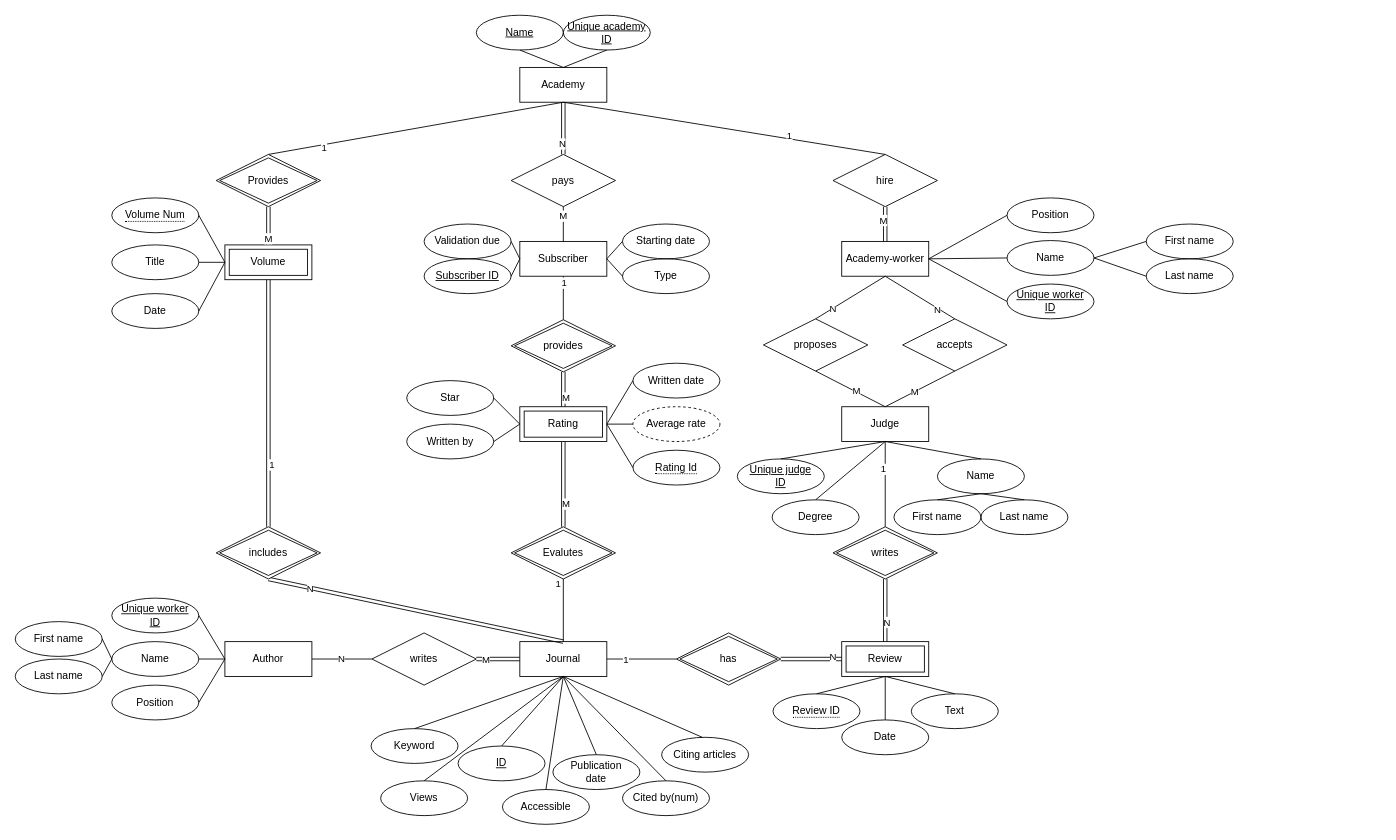
Before: 학교과제/seo.drawio in waroad/Problem-Solving, a draw.io diagram. Source tidied: cells renumbered, new cells numbered last; positions are measured from the earlier drawing's top-left corner, leaving out a move shared by most shapes. Both pictures are drawn from the tidied source at 87%, with x=0, y=0 at pixel (15, 15).
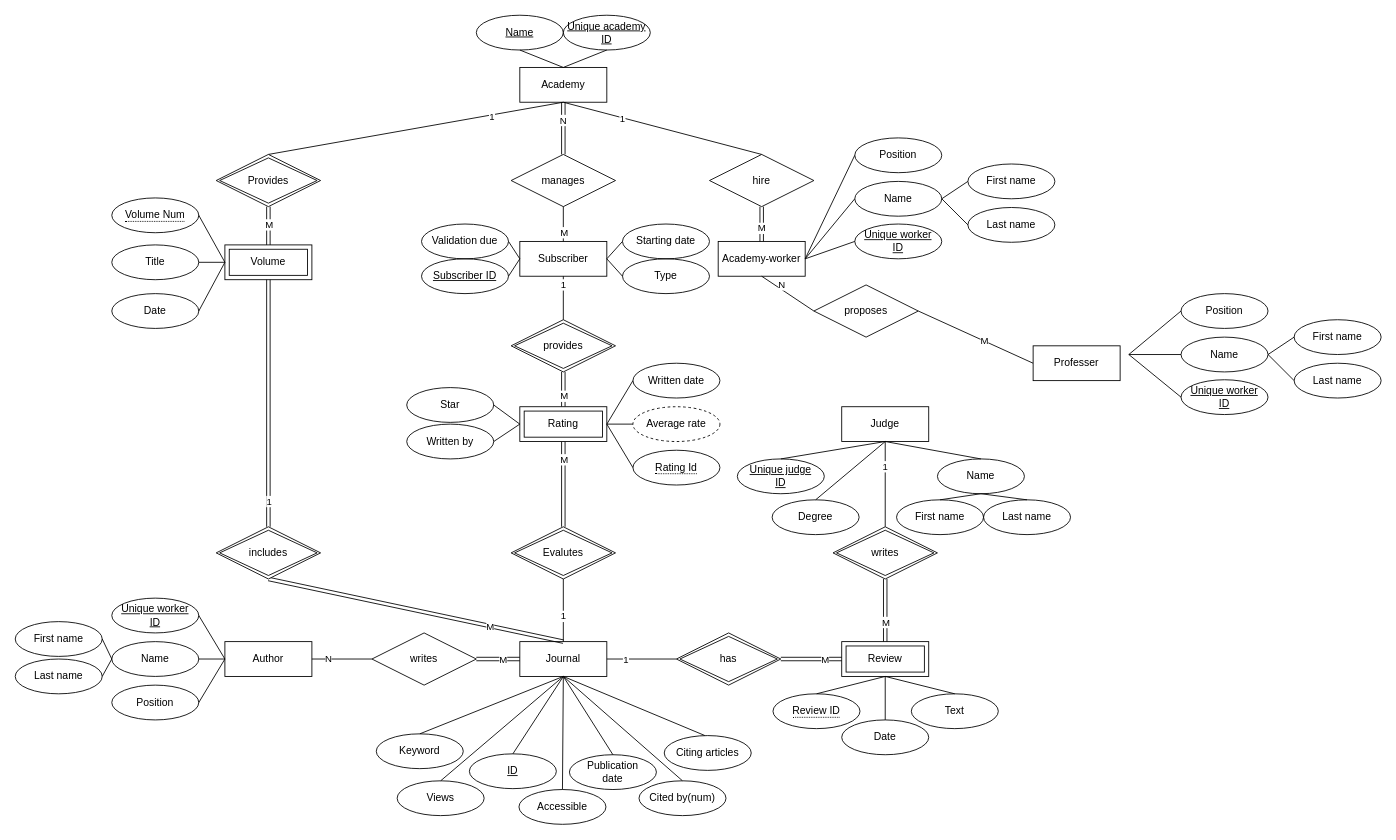
After the change.

The change refers to these unchanged cells:
```xml
<mxCell id="3" value="Author" style="whiteSpace=wrap;html=1;align=center;" parent="1" vertex="1">
  <mxGeometry x="241" y="720" width="100" height="40" as="geometry" />
</mxCell>
<mxCell id="6" value="Judge" style="whiteSpace=wrap;html=1;align=center;direction=west;" parent="1" vertex="1">
  <mxGeometry x="950" y="450" width="100" height="40" as="geometry" />
</mxCell>
<mxCell id="11" value="writes" style="shape=rhombus;perimeter=rhombusPerimeter;whiteSpace=wrap;html=1;align=center;fillColor=none;gradientColor=default;" parent="1" vertex="1">
  <mxGeometry x="410" y="710" width="120" height="60" as="geometry" />
</mxCell>
<mxCell id="12" style="endArrow=none;html=1;rounded=0;entryX=0.5;entryY=0;entryDx=0;entryDy=0;exitX=0.5;exitY=1;exitDx=0;exitDy=0;" parent="1" edge="1" source="91" target="4">
  <mxGeometry relative="1" as="geometry" />
</mxCell>
<mxCell id="23" style="endArrow=none;html=1;rounded=0;exitX=0.5;exitY=0;exitDx=0;exitDy=0;entryX=0.5;entryY=1;entryDx=0;entryDy=0;" parent="1" edge="1" source="22" target="8">
  <mxGeometry relative="1" as="geometry" />
</mxCell>
<mxCell id="26" style="endArrow=none;html=1;rounded=0;exitX=0.5;exitY=0;exitDx=0;exitDy=0;entryX=0.5;entryY=1;entryDx=0;entryDy=0;" parent="1" edge="1" source="4" target="25">
  <mxGeometry relative="1" as="geometry" />
</mxCell>
<mxCell id="38" style="endArrow=none;html=1;rounded=0;exitX=0.5;exitY=0;exitDx=0;exitDy=0;entryX=0.5;entryY=1;entryDx=0;entryDy=0;" parent="1" edge="1" source="6" target="95">
  <mxGeometry relative="1" as="geometry" />
</mxCell>
<mxCell id="74" style="shape=link;html=1;rounded=0;exitX=1;exitY=0.5;exitDx=0;exitDy=0;entryX=1;entryY=0.5;entryDx=0;entryDy=0;" parent="1" edge="1" source="94" target="7">
  <mxGeometry relative="1" as="geometry" />
</mxCell>
<mxCell id="78" style="endArrow=none;html=1;rounded=0;exitX=0.5;exitY=0;exitDx=0;exitDy=0;entryX=0.5;entryY=1;entryDx=0;entryDy=0;" parent="1" edge="1" source="8" target="76">
  <mxGeometry relative="1" as="geometry" />
</mxCell>
<mxCell id="80" style="shape=link;html=1;rounded=0;exitX=0.5;exitY=0;exitDx=0;exitDy=0;entryX=0.5;entryY=1;entryDx=0;entryDy=0;" parent="1" edge="1" source="76" target="90">
  <mxGeometry relative="1" as="geometry" />
</mxCell>
<mxCell id="82" style="shape=link;html=1;rounded=0;exitX=0.5;exitY=0;exitDx=0;exitDy=0;entryX=0.5;entryY=1;entryDx=0;entryDy=0;" parent="1" edge="1" source="90" target="77">
  <mxGeometry relative="1" as="geometry" />
</mxCell>
<mxCell id="84" style="endArrow=none;html=1;rounded=0;exitX=0.5;exitY=0;exitDx=0;exitDy=0;entryX=0.5;entryY=1;entryDx=0;entryDy=0;" parent="1" edge="1" source="77" target="2">
  <mxGeometry relative="1" as="geometry" />
</mxCell>
<mxCell id="92" style="shape=link;html=1;rounded=0;exitX=0.5;exitY=0;exitDx=0;exitDy=0;entryX=0.5;entryY=1;entryDx=0;entryDy=0;" parent="1" edge="1" source="91" target="5">
  <mxGeometry relative="1" as="geometry" />
</mxCell>
<mxCell id="96" style="shape=link;html=1;rounded=0;entryX=0.5;entryY=1;entryDx=0;entryDy=0;exitX=0.5;exitY=0;exitDx=0;exitDy=0;" parent="1" edge="1" source="95" target="7">
  <mxGeometry relative="1" as="geometry" />
</mxCell>
<mxCell id="99" style="shape=link;html=1;rounded=0;exitX=0.5;exitY=0;exitDx=0;exitDy=0;entryX=0.5;entryY=1;entryDx=0;entryDy=0;" parent="1" edge="1" source="5" target="109">
  <mxGeometry relative="1" as="geometry" />
</mxCell>
<mxCell id="101" style="shape=link;html=1;rounded=0;entryX=0.5;entryY=1;entryDx=0;entryDy=0;exitX=0.5;exitY=0;exitDx=0;exitDy=0;" parent="1" edge="1" source="109" target="2">
  <mxGeometry relative="1" as="geometry" />
</mxCell>
<mxCell id="103" style="shape=link;html=1;rounded=0;exitX=0.5;exitY=0;exitDx=0;exitDy=0;entryX=0.5;entryY=1;entryDx=0;entryDy=0;" parent="1" edge="1" source="4" target="22">
  <mxGeometry relative="1" as="geometry" />
</mxCell>
<mxCell id="105" style="shape=link;html=1;rounded=0;entryX=1;entryY=0.5;entryDx=0;entryDy=0;exitX=1;exitY=0.5;exitDx=0;exitDy=0;" parent="1" edge="1" source="11" target="2">
  <mxGeometry relative="1" as="geometry" />
</mxCell>
<mxCell id="107" style="shape=link;html=1;rounded=0;exitX=0.5;exitY=0;exitDx=0;exitDy=0;entryX=0.5;entryY=1;entryDx=0;entryDy=0;" parent="1" edge="1" source="25" target="9">
  <mxGeometry relative="1" as="geometry" />
</mxCell>
```

Change to the diagram source:
```diff
@@
     <mxCell id="9" value="Academy-worker" style="whiteSpace=wrap;html=1;align=center;direction=west;" parent="1" vertex="1">
-      <mxGeometry x="950" y="260" width="100" height="40" as="geometry" />
+      <mxGeometry x="808" y="260" width="100" height="40" as="geometry" />
     </mxCell>
     <mxCell id="10" value="ID" style="ellipse;whiteSpace=wrap;html=1;align=center;fontStyle=4;fillColor=none;gradientColor=default;direction=west;" parent="1" vertex="1">
-      <mxGeometry x="509" y="840" width="100" height="40" as="geometry" />
+      <mxGeometry x="522" y="849" width="100" height="40" as="geometry" />
     </mxCell>
@@
     <mxCell id="13" value="1" style="edgeLabel;html=1;align=center;verticalAlign=middle;" parent="12" vertex="1">
-      <mxGeometry x="-0.63" y="-4" relative="1" as="geometry" />
+      <mxGeometry x="-0.63" y="-4" relative="1" as="geometry">
+        <mxPoint x="193" y="-36" as="offset" />
+      </mxGeometry>
     </mxCell>
     <mxCell id="14" value="Views" style="ellipse;whiteSpace=wrap;html=1;align=center;fillColor=none;gradientColor=default;direction=west;" parent="1" vertex="1">
-      <mxGeometry x="420" y="880" width="100" height="40" as="geometry" />
+      <mxGeometry x="439" y="880" width="100" height="40" as="geometry" />
     </mxCell>
     <mxCell id="15" value="Citing articles" style="ellipse;whiteSpace=wrap;html=1;align=center;fillColor=none;gradientColor=default;direction=west;" parent="1" vertex="1">
-      <mxGeometry x="743" y="830" width="100" height="40" as="geometry" />
+      <mxGeometry x="746" y="828" width="100" height="40" as="geometry" />
     </mxCell>
     <mxCell id="16" value="Keyword" style="ellipse;whiteSpace=wrap;html=1;align=center;fillColor=none;gradientColor=default;direction=west;" parent="1" vertex="1">
-      <mxGeometry x="409" y="820" width="100" height="40" as="geometry" />
+      <mxGeometry x="415" y="826" width="100" height="40" as="geometry" />
     </mxCell>
     <mxCell id="17" value="Publication&lt;br&gt;date" style="ellipse;whiteSpace=wrap;html=1;align=center;fillColor=none;gradientColor=default;direction=west;" parent="1" vertex="1">
-      <mxGeometry x="618" y="850" width="100" height="40" as="geometry" />
+      <mxGeometry x="637" y="850" width="100" height="40" as="geometry" />
     </mxCell>
     <mxCell id="18" value="Cited by(num)" style="ellipse;whiteSpace=wrap;html=1;align=center;fillColor=none;gradientColor=default;direction=west;" parent="1" vertex="1">
-      <mxGeometry x="698" y="880" width="100" height="40" as="geometry" />
+      <mxGeometry x="717" y="880" width="100" height="40" as="geometry" />
     </mxCell>
     <mxCell id="19" value="N" style="endArrow=none;html=1;rounded=0;exitX=0;exitY=0.5;exitDx=0;exitDy=0;entryX=1;entryY=0.5;entryDx=0;entryDy=0;" parent="1" edge="1" source="11" target="3">
-      <mxGeometry relative="1" as="geometry" />
+      <mxGeometry x="0.45" relative="1" as="geometry" />
     </mxCell>
     <mxCell id="20" value="&lt;u&gt;Subscriber ID&lt;/u&gt;" style="ellipse;whiteSpace=wrap;html=1;align=center;fillColor=none;gradientColor=default;" parent="1" vertex="1">
-      <mxGeometry x="470" y="280" width="100" height="40" as="geometry" />
+      <mxGeometry x="467" y="280" width="100" height="40" as="geometry" />
     </mxCell>
@@
-    <mxCell id="22" value="pays" style="shape=rhombus;perimeter=rhombusPerimeter;whiteSpace=wrap;html=1;align=center;fillColor=none;gradientColor=default;direction=west;" parent="1" vertex="1">
+    <mxCell id="22" value="manages" style="shape=rhombus;perimeter=rhombusPerimeter;whiteSpace=wrap;html=1;align=center;fillColor=none;gradientColor=default;direction=west;" parent="1" vertex="1">
       <mxGeometry x="570" y="160" width="120" height="60" as="geometry" />
     </mxCell>
@@
     <mxCell id="24" value="M" style="edgeLabel;html=1;align=center;verticalAlign=middle;" parent="23" vertex="1">
-      <mxGeometry x="-0.48" y="-1" relative="1" as="geometry" />
+      <mxGeometry x="-0.48" y="-1" relative="1" as="geometry">
+        <mxPoint x="1" y="19" as="offset" />
+      </mxGeometry>
     </mxCell>
     <mxCell id="25" value="hire" style="shape=rhombus;perimeter=rhombusPerimeter;whiteSpace=wrap;html=1;align=center;fillColor=none;gradientColor=default;direction=west;" parent="1" vertex="1">
-      <mxGeometry x="940" y="160" width="120" height="60" as="geometry" />
+      <mxGeometry x="798" y="160" width="120" height="60" as="geometry" />
     </mxCell>
@@
     <mxCell id="27" value="1" style="edgeLabel;html=1;align=center;verticalAlign=middle;" parent="26" vertex="1">
-      <mxGeometry x="0.4" y="3" relative="1" as="geometry" />
+      <mxGeometry x="0.4" y="3" relative="1" as="geometry">
+        <mxPoint x="-93" y="-21" as="offset" />
+      </mxGeometry>
     </mxCell>
     <mxCell id="28" value="proposes" style="shape=rhombus;perimeter=rhombusPerimeter;whiteSpace=wrap;html=1;align=center;fillColor=none;gradientColor=default;direction=west;" parent="1" vertex="1">
-      <mxGeometry x="860" y="349" width="120" height="60" as="geometry" />
+      <mxGeometry x="918" y="310" width="120" height="60" as="geometry" />
     </mxCell>
-    <mxCell id="29" style="endArrow=none;html=1;rounded=0;exitX=0.5;exitY=0;exitDx=0;exitDy=0;entryX=0.5;entryY=1;entryDx=0;entryDy=0;" parent="1" edge="1" source="9" target="28">
+    <mxCell id="29" style="endArrow=none;html=1;rounded=0;exitX=0.5;exitY=0;exitDx=0;exitDy=0;entryX=1;entryY=0.5;entryDx=0;entryDy=0;" parent="1" edge="1" source="9" target="28">
       <mxGeometry relative="1" as="geometry" />
     </mxCell>
     <mxCell id="30" value="N" style="edgeLabel;html=1;align=center;verticalAlign=middle;" parent="29" vertex="1">
-      <mxGeometry x="0.52" y="1" relative="1" as="geometry" />
+      <mxGeometry x="0.52" y="1" relative="1" as="geometry">
+        <mxPoint x="-24" y="-20" as="offset" />
+      </mxGeometry>
     </mxCell>
-    <mxCell id="31" style="endArrow=none;html=1;rounded=0;exitX=0.5;exitY=0;exitDx=0;exitDy=0;entryX=0.5;entryY=1;entryDx=0;entryDy=0;" parent="1" edge="1" source="28" target="6">
+    <mxCell id="31" style="endArrow=none;html=1;rounded=0;exitX=0;exitY=0.5;exitDx=0;exitDy=0;entryX=1;entryY=0.5;entryDx=0;entryDy=0;" parent="1" edge="1" source="28" target="143">
       <mxGeometry relative="1" as="geometry" />
     </mxCell>
@@
-    <mxCell id="33" value="accepts" style="shape=rhombus;perimeter=rhombusPerimeter;whiteSpace=wrap;html=1;align=center;fillColor=none;gradientColor=default;direction=west;" parent="1" vertex="1">
-      <mxGeometry x="1020" y="349" width="120" height="60" as="geometry" />
-    </mxCell>
-    <mxCell id="34" style="endArrow=none;html=1;rounded=0;exitX=0.5;exitY=0;exitDx=0;exitDy=0;entryX=0.5;entryY=1;entryDx=0;entryDy=0;" parent="1" edge="1" source="33" target="6">
-      <mxGeometry relative="1" as="geometry" />
-    </mxCell>
-    <mxCell id="35" value="M" style="edgeLabel;html=1;align=center;verticalAlign=middle;" parent="34" vertex="1">
-      <mxGeometry x="0.15" relative="1" as="geometry" />
-    </mxCell>
-    <mxCell id="36" style="endArrow=none;html=1;rounded=0;entryX=0.5;entryY=1;entryDx=0;entryDy=0;exitX=0.5;exitY=0;exitDx=0;exitDy=0;" parent="1" edge="1" source="9" target="33">
-      <mxGeometry relative="1" as="geometry" />
-    </mxCell>
-    <mxCell id="37" value="N" style="edgeLabel;html=1;align=center;verticalAlign=middle;" parent="36" vertex="1">
-      <mxGeometry x="0.14" y="1" relative="1" as="geometry">
-        <mxPoint x="14" y="12" as="offset" />
-      </mxGeometry>
-    </mxCell>
@@
     <mxCell id="39" value="1" style="edgeLabel;html=1;align=center;verticalAlign=middle;" parent="38" vertex="1">
-      <mxGeometry x="-0.37" y="-3" relative="1" as="geometry" />
+      <mxGeometry x="-0.37" y="-3" relative="1" as="geometry">
+        <mxPoint x="2" y="-3" as="offset" />
+      </mxGeometry>
     </mxCell>
@@
     <mxCell id="42" value="Validation due" style="ellipse;whiteSpace=wrap;html=1;align=center;fillColor=none;gradientColor=default;" parent="1" vertex="1">
-      <mxGeometry x="470" y="240" width="100" height="40" as="geometry" />
+      <mxGeometry x="467" y="240" width="100" height="40" as="geometry" />
     </mxCell>
@@
     <mxCell id="45" value="Last name" style="ellipse;whiteSpace=wrap;html=1;align=center;fillColor=none;gradientColor=default;" parent="1" vertex="1">
-      <mxGeometry x="1110" y="557" width="100" height="40" as="geometry" />
+      <mxGeometry x="1113" y="557" width="100" height="40" as="geometry" />
     </mxCell>
@@
     <mxCell id="49" value="First name" style="ellipse;whiteSpace=wrap;html=1;align=center;fillColor=none;gradientColor=default;" parent="1" vertex="1">
-      <mxGeometry x="1010" y="557" width="100" height="40" as="geometry" />
+      <mxGeometry x="1013" y="557" width="100" height="40" as="geometry" />
     </mxCell>
@@
     <mxCell id="56" value="Unique worker&lt;br&gt;ID" style="ellipse;whiteSpace=wrap;html=1;align=center;fontStyle=4;fillColor=none;gradientColor=default;" parent="1" vertex="1">
-      <mxGeometry x="1140" y="309" width="100" height="40" as="geometry" />
+      <mxGeometry x="965" y="240" width="100" height="40" as="geometry" />
     </mxCell>
     <mxCell id="57" value="Last name" style="ellipse;whiteSpace=wrap;html=1;align=center;fillColor=none;gradientColor=default;" parent="1" vertex="1">
-      <mxGeometry x="1300" y="280" width="100" height="40" as="geometry" />
+      <mxGeometry x="1095" y="221" width="100" height="40" as="geometry" />
     </mxCell>
     <mxCell id="58" value="Name" style="ellipse;whiteSpace=wrap;html=1;align=center;fillColor=none;gradientColor=default;" parent="1" vertex="1">
-      <mxGeometry x="1140" y="259" width="100" height="40" as="geometry" />
+      <mxGeometry x="965" y="191" width="100" height="40" as="geometry" />
     </mxCell>
@@
     <mxCell id="61" value="First name" style="ellipse;whiteSpace=wrap;html=1;align=center;fillColor=none;gradientColor=default;" parent="1" vertex="1">
-      <mxGeometry x="1300" y="240" width="100" height="40" as="geometry" />
+      <mxGeometry x="1095" y="171" width="100" height="40" as="geometry" />
     </mxCell>
     <mxCell id="62" value="Position" style="ellipse;whiteSpace=wrap;html=1;align=center;fillColor=none;gradientColor=default;" parent="1" vertex="1">
-      <mxGeometry x="1140" y="210" width="100" height="40" as="geometry" />
+      <mxGeometry x="965" y="141" width="100" height="40" as="geometry" />
     </mxCell>
     <mxCell id="63" value="Accessible" style="ellipse;whiteSpace=wrap;html=1;align=center;fillColor=none;gradientColor=default;direction=west;" parent="1" vertex="1">
-      <mxGeometry x="560" y="890" width="100" height="40" as="geometry" />
+      <mxGeometry x="579" y="890" width="100" height="40" as="geometry" />
     </mxCell>
@@
-    <mxCell id="75" value="N" style="edgeLabel;html=1;align=center;verticalAlign=middle;" parent="74" vertex="1">
-      <mxGeometry x="0.68" y="3" relative="1" as="geometry" />
+    <mxCell id="75" value="M" style="edgeLabel;html=1;align=center;verticalAlign=middle;" parent="74" vertex="1">
+      <mxGeometry x="0.68" y="3" relative="1" as="geometry">
+        <mxPoint x="-9" y="3" as="offset" />
+      </mxGeometry>
     </mxCell>
@@
     <mxCell id="79" value="1" style="edgeLabel;html=1;align=center;verticalAlign=middle;" parent="78" vertex="1">
       <mxGeometry x="-0.48" y="-1" relative="1" as="geometry">
-        <mxPoint x="1" y="-6" as="offset" />
+        <mxPoint y="-4" as="offset" />
       </mxGeometry>
     </mxCell>
@@
     <mxCell id="81" value="M" style="edgeLabel;html=1;align=center;verticalAlign=middle;" parent="80" vertex="1">
-      <mxGeometry x="0.45" y="2" relative="1" as="geometry" />
+      <mxGeometry x="0.45" y="2" relative="1" as="geometry">
+        <mxPoint x="-2" y="-2" as="offset" />
+      </mxGeometry>
     </mxCell>
@@
     <mxCell id="83" value="M" style="edgeLabel;html=1;align=center;verticalAlign=middle;" parent="82" vertex="1">
-      <mxGeometry x="0.45" y="2" relative="1" as="geometry" />
+      <mxGeometry x="0.45" y="2" relative="1" as="geometry">
+        <mxPoint x="-2" y="-51" as="offset" />
+      </mxGeometry>
     </mxCell>
@@
     <mxCell id="85" value="1" style="edgeLabel;html=1;align=center;verticalAlign=middle;" parent="84" vertex="1">
       <mxGeometry x="-0.65" y="-4" relative="1" as="geometry">
-        <mxPoint x="-3" y="-8" as="offset" />
+        <mxPoint x="3" y="29" as="offset" />
       </mxGeometry>
     </mxCell>
     <mxCell id="86" value="Star" style="ellipse;whiteSpace=wrap;html=1;align=center;fillColor=none;gradientColor=default;" parent="1" vertex="1">
-      <mxGeometry x="450" y="420" width="100" height="40" as="geometry" />
+      <mxGeometry x="450" y="428" width="100" height="40" as="geometry" />
     </mxCell>
@@
     <mxCell id="93" value="M" style="edgeLabel;html=1;align=center;verticalAlign=middle;" parent="92" vertex="1">
-      <mxGeometry x="0.64" y="-1" relative="1" as="geometry" />
+      <mxGeometry x="0.64" y="-1" relative="1" as="geometry">
+        <mxPoint x="1" y="-16" as="offset" />
+      </mxGeometry>
     </mxCell>
@@
-    <mxCell id="97" value="N" style="edgeLabel;html=1;align=center;verticalAlign=middle;" parent="96" vertex="1">
-      <mxGeometry x="0.37" y="1" relative="1" as="geometry" />
+    <mxCell id="97" value="M" style="edgeLabel;html=1;align=center;verticalAlign=middle;" parent="96" vertex="1">
+      <mxGeometry x="0.37" y="1" relative="1" as="geometry">
+        <mxPoint x="-1" as="offset" />
+      </mxGeometry>
     </mxCell>
@@
     <mxCell id="100" value="1" style="edgeLabel;html=1;align=center;verticalAlign=middle;" parent="99" vertex="1">
-      <mxGeometry x="0.49" y="3" relative="1" as="geometry" />
+      <mxGeometry x="0.49" y="3" relative="1" as="geometry">
+        <mxPoint x="-3" y="42" as="offset" />
+      </mxGeometry>
     </mxCell>
@@
-    <mxCell id="102" value="N" style="edgeLabel;html=1;align=center;verticalAlign=middle;" parent="101" vertex="1">
-      <mxGeometry x="-0.72" relative="1" as="geometry" />
+    <mxCell id="102" value="M" style="edgeLabel;html=1;align=center;verticalAlign=middle;" parent="101" vertex="1">
+      <mxGeometry x="-0.72" relative="1" as="geometry">
+        <mxPoint x="207" y="44" as="offset" />
+      </mxGeometry>
     </mxCell>
@@
     <mxCell id="104" value="N" style="edgeLabel;html=1;align=center;verticalAlign=middle;" parent="103" vertex="1">
-      <mxGeometry x="0.56" y="-2" relative="1" as="geometry" />
+      <mxGeometry x="0.56" y="-2" relative="1" as="geometry">
+        <mxPoint x="1" y="-27" as="offset" />
+      </mxGeometry>
     </mxCell>
@@
     <mxCell id="106" value="M" style="edgeLabel;html=1;align=center;verticalAlign=middle;" parent="105" vertex="1">
       <mxGeometry x="-0.72" relative="1" as="geometry">
-        <mxPoint x="3" as="offset" />
+        <mxPoint x="23" as="offset" />
       </mxGeometry>
     </mxCell>
@@
     <mxCell id="108" value="M" style="edgeLabel;html=1;align=center;verticalAlign=middle;" parent="107" vertex="1">
-      <mxGeometry x="-0.26" y="-3" relative="1" as="geometry" />
+      <mxGeometry x="-0.26" y="-3" relative="1" as="geometry">
+        <mxPoint x="2" y="9" as="offset" />
+      </mxGeometry>
     </mxCell>
@@
+    <mxCell id="143" value="Professer" style="whiteSpace=wrap;html=1;align=center;direction=west;" parent="1" vertex="1">
+      <mxGeometry x="1170" y="380" width="100" height="40" as="geometry" />
+    </mxCell>
+    <mxCell id="144" value="Unique worker&lt;br&gt;ID" style="ellipse;whiteSpace=wrap;html=1;align=center;fontStyle=4;fillColor=none;gradientColor=default;" parent="1" vertex="1">
+      <mxGeometry x="1340" y="419" width="100" height="40" as="geometry" />
+    </mxCell>
+    <mxCell id="145" value="Last name" style="ellipse;whiteSpace=wrap;html=1;align=center;fillColor=none;gradientColor=default;" parent="1" vertex="1">
+      <mxGeometry x="1470" y="400" width="100" height="40" as="geometry" />
+    </mxCell>
+    <mxCell id="146" value="Name" style="ellipse;whiteSpace=wrap;html=1;align=center;fillColor=none;gradientColor=default;" parent="1" vertex="1">
+      <mxGeometry x="1340" y="370" width="100" height="40" as="geometry" />
+    </mxCell>
+    <mxCell id="147" style="endArrow=none;html=1;rounded=0;exitX=0;exitY=0.5;exitDx=0;exitDy=0;entryX=1;entryY=0.5;entryDx=0;entryDy=0;" parent="1" edge="1" source="149" target="146">
+      <mxGeometry relative="1" as="geometry" />
+    </mxCell>
+    <mxCell id="148" style="endArrow=none;html=1;rounded=0;entryX=0;entryY=0.5;entryDx=0;entryDy=0;exitX=1;exitY=0.5;exitDx=0;exitDy=0;" parent="1" edge="1" source="146" target="145">
+      <mxGeometry relative="1" as="geometry" />
+    </mxCell>
+    <mxCell id="149" value="First name" style="ellipse;whiteSpace=wrap;html=1;align=center;fillColor=none;gradientColor=default;" parent="1" vertex="1">
+      <mxGeometry x="1470" y="350" width="100" height="40" as="geometry" />
+    </mxCell>
+    <mxCell id="150" value="Position" style="ellipse;whiteSpace=wrap;html=1;align=center;fillColor=none;gradientColor=default;" parent="1" vertex="1">
+      <mxGeometry x="1340" y="320" width="100" height="40" as="geometry" />
+    </mxCell>
+    <mxCell id="151" style="endArrow=none;html=1;rounded=0;entryX=0;entryY=0.5;entryDx=0;entryDy=0;exitX=0;exitY=0.5;exitDx=0;exitDy=0;" parent="1" edge="1" target="146">
+      <mxGeometry relative="1" as="geometry">
+        <mxPoint x="1280" y="390" as="sourcePoint" />
+      </mxGeometry>
+    </mxCell>
+    <mxCell id="152" style="endArrow=none;html=1;rounded=0;entryX=0;entryY=0.5;entryDx=0;entryDy=0;exitX=0;exitY=0.5;exitDx=0;exitDy=0;" parent="1" edge="1" source="144">
+      <mxGeometry relative="1" as="geometry">
+        <mxPoint x="1280" y="390" as="targetPoint" />
+      </mxGeometry>
+    </mxCell>
+    <mxCell id="153" style="endArrow=none;html=1;rounded=0;entryX=0;entryY=0.5;entryDx=0;entryDy=0;exitX=0;exitY=0.5;exitDx=0;exitDy=0;" parent="1" edge="1" source="150">
+      <mxGeometry relative="1" as="geometry">
+        <mxPoint x="1280" y="390" as="targetPoint" />
+      </mxGeometry>
+    </mxCell>
```
